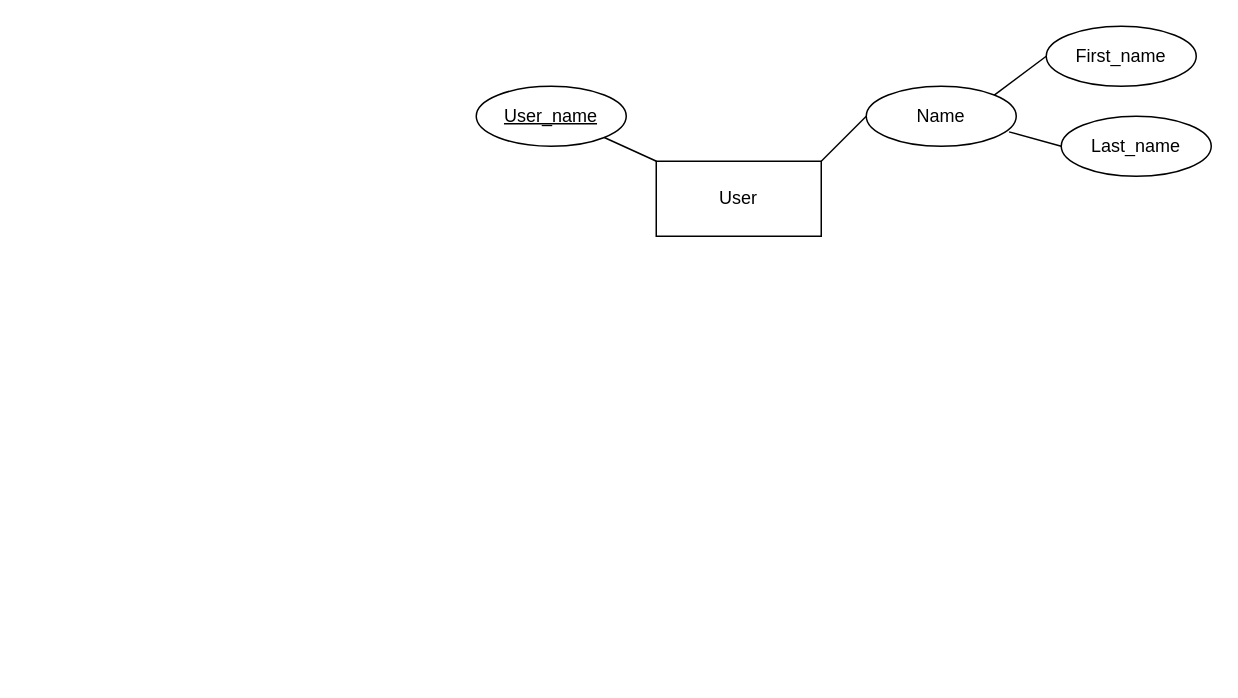
Before: UserPartofEER.drawio in LaurenGeis/notes-for-jobs, a draw.io diagram. Source tidied: cells renumbered, new cells numbered last; positions are measured from the earlier drawing's top-left corner, leaving out a move shared by most shapes. Both pictures are drawn from the tidied source at 150%, with x=0, y=0 at pixel (476, 26).
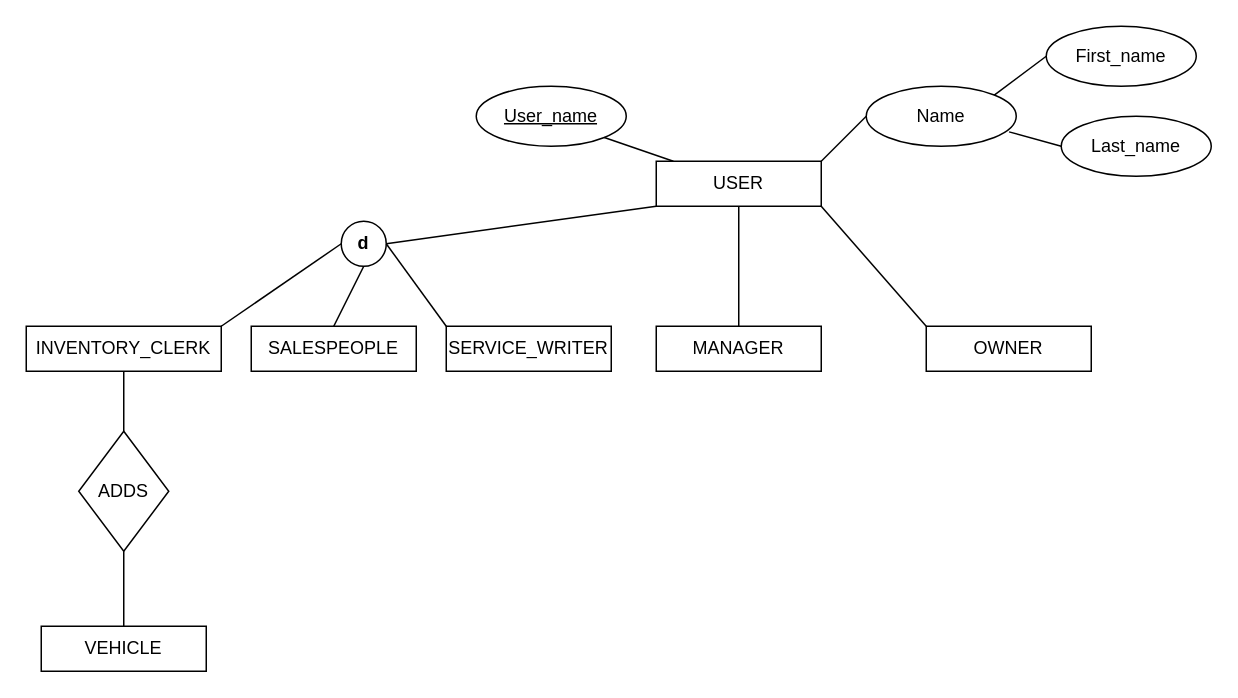
The same page after the edit.

What changed in the source:
```diff
@@
-    <mxCell id="2" value="User" style="rounded=0;whiteSpace=wrap;html=1;" parent="1" vertex="1">
-      <mxGeometry x="120" y="90" width="110" height="50" as="geometry" />
+    <mxCell id="2" value="USER" style="rounded=0;whiteSpace=wrap;html=1;" parent="1" vertex="1">
+      <mxGeometry x="120" y="90" width="110" height="30" as="geometry" />
     </mxCell>
@@
+    <mxCell id="11" style="endArrow=none;html=1;entryX=0;entryY=1;entryDx=0;entryDy=0;exitX=1;exitY=0.5;exitDx=0;exitDy=0;" parent="1" edge="1" source="12" target="2">
+      <mxGeometry relative="1" as="geometry" />
+    </mxCell>
+    <mxCell id="12" value="&lt;b&gt;d&lt;/b&gt;" style="ellipse;whiteSpace=wrap;html=1;" parent="1" vertex="1">
+      <mxGeometry x="-90" y="130" width="30" height="30" as="geometry" />
+    </mxCell>
+    <mxCell id="13" style="endArrow=none;html=1;entryX=0;entryY=0.5;entryDx=0;entryDy=0;exitX=1;exitY=0;exitDx=0;exitDy=0;" parent="1" edge="1" source="22" target="12">
+      <mxGeometry relative="1" as="geometry" />
+    </mxCell>
+    <mxCell id="14" style="endArrow=none;html=1;entryX=0.5;entryY=1;entryDx=0;entryDy=0;exitX=0.5;exitY=0;exitDx=0;exitDy=0;" parent="1" edge="1" source="21" target="12">
+      <mxGeometry relative="1" as="geometry" />
+    </mxCell>
+    <mxCell id="15" style="endArrow=none;html=1;entryX=1;entryY=0.5;entryDx=0;entryDy=0;exitX=0;exitY=0;exitDx=0;exitDy=0;" parent="1" edge="1" source="20" target="12">
+      <mxGeometry relative="1" as="geometry" />
+    </mxCell>
+    <mxCell id="16" style="endArrow=none;html=1;entryX=0.5;entryY=1;entryDx=0;entryDy=0;exitX=0.5;exitY=0;exitDx=0;exitDy=0;" parent="1" edge="1" source="19" target="2">
+      <mxGeometry relative="1" as="geometry" />
+    </mxCell>
+    <mxCell id="17" style="endArrow=none;html=1;entryX=1;entryY=1;entryDx=0;entryDy=0;exitX=0;exitY=0;exitDx=0;exitDy=0;" parent="1" edge="1" source="18" target="2">
+      <mxGeometry relative="1" as="geometry" />
+    </mxCell>
+    <mxCell id="18" value="OWNER" style="rounded=0;whiteSpace=wrap;html=1;" parent="1" vertex="1">
+      <mxGeometry x="300" y="200" width="110" height="30" as="geometry" />
+    </mxCell>
+    <mxCell id="19" value="MANAGER" style="rounded=0;whiteSpace=wrap;html=1;" parent="1" vertex="1">
+      <mxGeometry x="120" y="200" width="110" height="30" as="geometry" />
+    </mxCell>
+    <mxCell id="20" value="SERVICE_WRITER" style="rounded=0;whiteSpace=wrap;html=1;" parent="1" vertex="1">
+      <mxGeometry x="-20" y="200" width="110" height="30" as="geometry" />
+    </mxCell>
+    <mxCell id="21" value="SALESPEOPLE" style="rounded=0;whiteSpace=wrap;html=1;" parent="1" vertex="1">
+      <mxGeometry x="-150" y="200" width="110" height="30" as="geometry" />
+    </mxCell>
+    <mxCell id="22" value="INVENTORY_CLERK" style="rounded=0;whiteSpace=wrap;html=1;" parent="1" vertex="1">
+      <mxGeometry x="-300" y="200" width="130" height="30" as="geometry" />
+    </mxCell>
+    <mxCell id="23" style="edgeStyle=orthogonalEdgeStyle;rounded=0;orthogonalLoop=1;jettySize=auto;html=1;exitX=0.5;exitY=1;exitDx=0;exitDy=0;" parent="1" edge="1" source="12" target="12">
+      <mxGeometry relative="1" as="geometry" />
+    </mxCell>
+    <mxCell id="24" value="ADDS" style="rhombus;whiteSpace=wrap;html=1;" parent="1" vertex="1">
+      <mxGeometry x="-265" y="270" width="60" height="80" as="geometry" />
+    </mxCell>
+    <mxCell id="25" value="VEHICLE" style="rounded=0;whiteSpace=wrap;html=1;" parent="1" vertex="1">
+      <mxGeometry x="-290" y="400" width="110" height="30" as="geometry" />
+    </mxCell>
+    <mxCell id="26" style="endArrow=none;html=1;entryX=0.5;entryY=1;entryDx=0;entryDy=0;" parent="1" edge="1" source="24" target="22">
+      <mxGeometry relative="1" as="geometry" />
+    </mxCell>
+    <mxCell id="27" style="endArrow=none;html=1;exitX=0.5;exitY=1;exitDx=0;exitDy=0;entryX=0.5;entryY=0;entryDx=0;entryDy=0;" parent="1" edge="1" source="24" target="25">
+      <mxGeometry relative="1" as="geometry" />
+    </mxCell>
```
